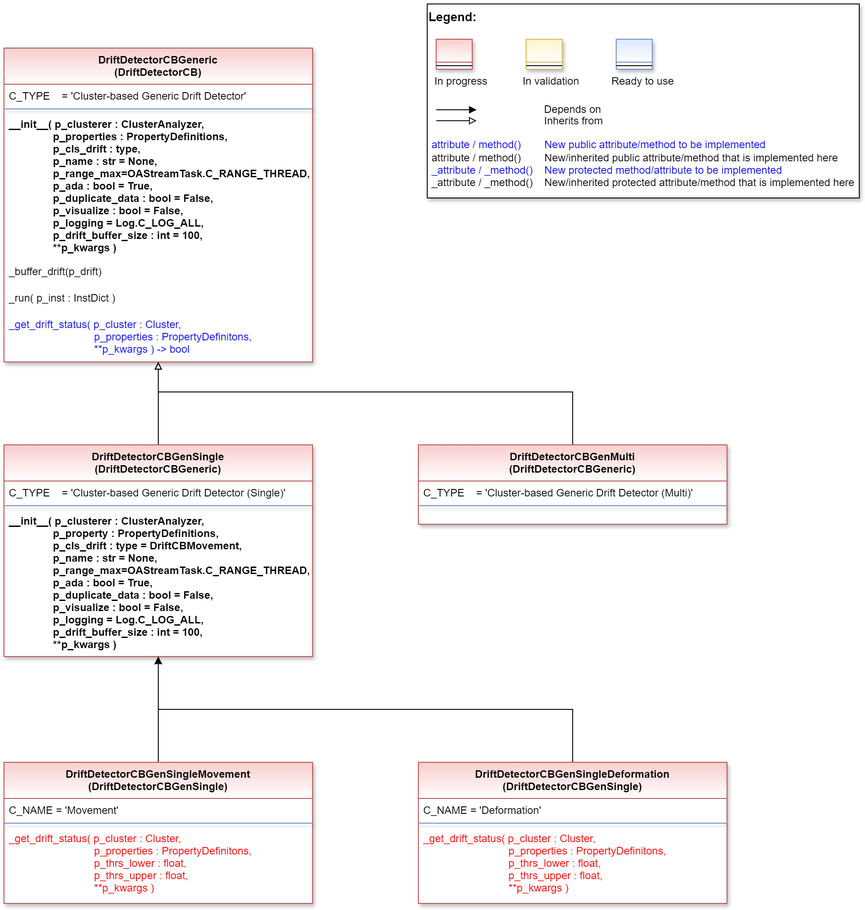
This is doc/rtd/content/99_appendices/appendix2/sub/mlpro_oa/streams/40_drift_detection/20_cluster_based/generic/images/MLPro-OA-CB-Gen-Drift-Detectors_class_diagram.drawio.png from fhswf/MLPro, a draw.io export, as it was before one commit. Source tidied: cells renumbered, new cells last; positions are measured from the earlier drawing's top-left corner, leaving out a move shared by most shapes.
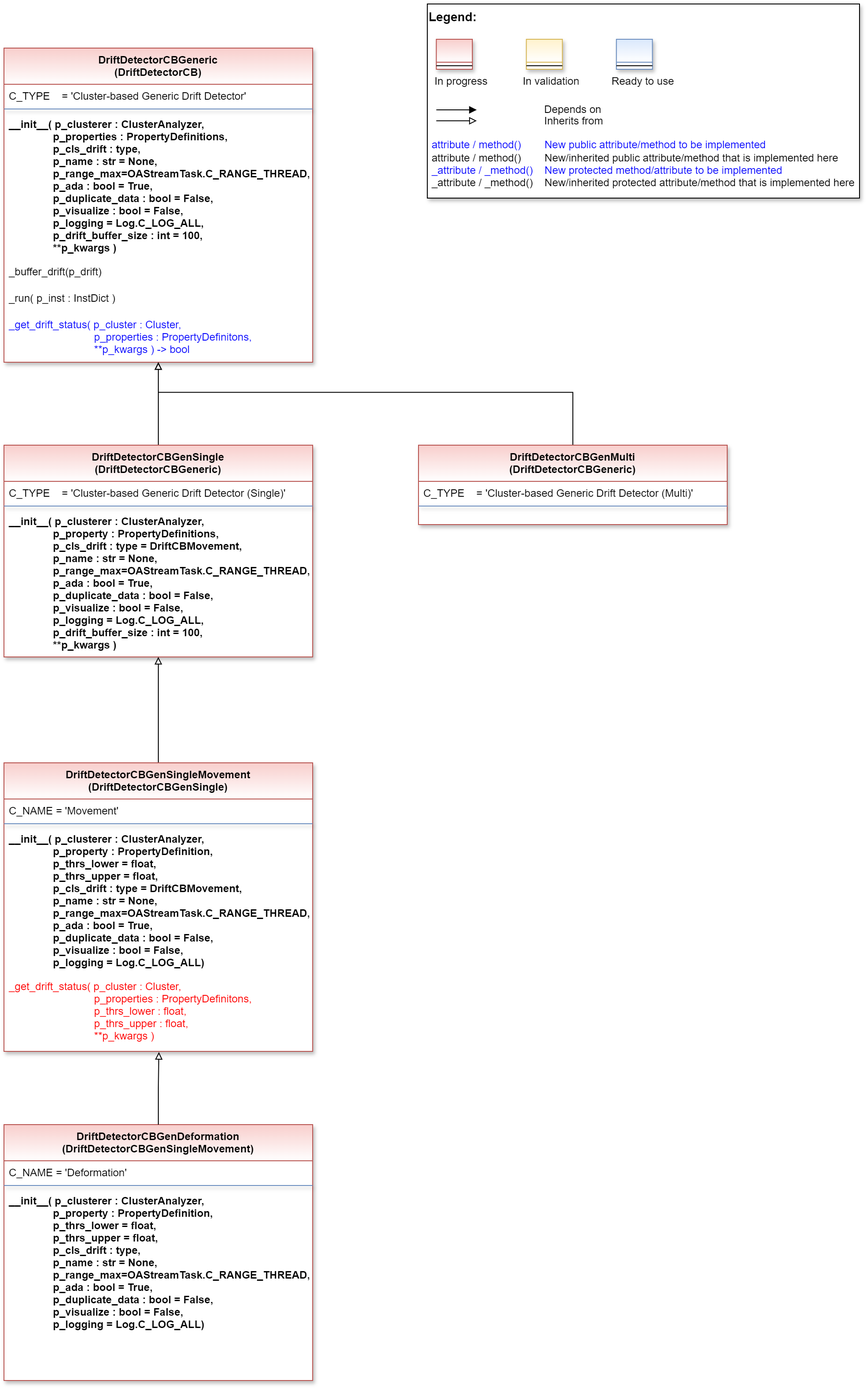
The same file after the commit.

Commit message:
OA: New cluster-based drift detector 'Deformation' #1162

Diff of the diagram source:
```diff
@@ -100,7 +100,7 @@
       <mxGeometry relative="1" as="geometry" />
     </mxCell>
     <mxCell id="29" value="DriftDetectorCBGenSingleMovement&#10;(DriftDetectorCBGenSingle)" style="swimlane;align=center;verticalAlign=top;horizontal=1;startSize=41;rounded=0;shadow=1;strokeWidth=1;fillColor=#f8cecc;strokeColor=#b85450;swimlaneFillColor=#ffffff;gradientColor=#FFFFFF;" parent="1" vertex="1">
-      <mxGeometry y="860" width="350" height="160" as="geometry" />
+      <mxGeometry y="860" width="350" height="327" as="geometry" />
     </mxCell>
     <mxCell id="30" value="C_NAME = 'Movement'" style="text;align=left;verticalAlign=top;spacingLeft=4;spacingRight=4;overflow=hidden;" parent="29" vertex="1">
       <mxGeometry y="41" width="350" height="24" as="geometry" />
@@ -108,19 +108,14 @@
     <mxCell id="31" style="line;html=1;strokeWidth=1;align=center;verticalAlign=top;spacingTop=-1;spacingLeft=3;spacingRight=3;labelPosition=right;rounded=0;shadow=1;strokeColor=#6c8ebf;swimlaneFillColor=#ffffff;fontFamily=Helvetica;fontSize=12;fontColor=default;fontStyle=3;fillColor=#dae8fc;gradientColor=#ffffff;" parent="29" vertex="1">
       <mxGeometry y="65" width="350" height="8" as="geometry" />
     </mxCell>
-    <mxCell id="32" value="_get_drift_status( p_cluster : Cluster,&#10;                             p_properties : PropertyDefinitons,&#10;                             p_thrs_lower : float,&#10;                             p_thrs_upper : float,&#10;                             **p_kwargs )" style="text;align=left;verticalAlign=top;spacingLeft=4;spacingRight=4;overflow=hidden;shadow=1;fontColor=#FF0000;" parent="29" vertex="1">
-      <mxGeometry y="73" width="350" height="87" as="geometry" />
+    <mxCell id="32" value="__init__( p_clusterer : ClusterAnalyzer,&#10;               p_property : PropertyDefinition,&#10;               p_thrs_lower = float,&#10;               p_thrs_upper = float,               &#10;               p_cls_drift : type = DriftCBMovement,&#10;               p_name : str = None,&#10;               p_range_max=OAStreamTask.C_RANGE_THREAD,&#10;               p_ada : bool = True,&#10;               p_duplicate_data : bool = False,&#10;               p_visualize : bool = False,&#10;               p_logging = Log.C_LOG_ALL)" style="text;align=left;verticalAlign=top;spacingLeft=4;spacingRight=4;overflow=hidden;fontStyle=1;" parent="29" vertex="1">
+      <mxGeometry y="73" width="350" height="167" as="geometry" />
     </mxCell>
-    <mxCell id="33" style="edgeStyle=orthogonalEdgeStyle;rounded=0;jettySize=auto;html=1;" parent="1" edge="1" source="34" target="20">
-      <mxGeometry relative="1" as="geometry">
-        <Array as="points">
-          <mxPoint x="645" y="800" />
-          <mxPoint x="175" y="800" />
-        </Array>
-      </mxGeometry>
+    <mxCell id="33" value="_get_drift_status( p_cluster : Cluster,&#10;                             p_properties : PropertyDefinitons,&#10;                             p_thrs_lower : float,&#10;                             p_thrs_upper : float,&#10;                             **p_kwargs )" style="text;align=left;verticalAlign=top;spacingLeft=4;spacingRight=4;overflow=hidden;points=[[0,0.5],[1,0.5]];portConstraint=eastwest;shadow=1;fontColor=#FF0000;" parent="29" vertex="1">
+      <mxGeometry y="240" width="350" height="87" as="geometry" />
     </mxCell>
-    <mxCell id="34" value="DriftDetectorCBGenSingleDeformation&#10;(DriftDetectorCBGenSingle)" style="swimlane;align=center;verticalAlign=top;horizontal=1;startSize=41;rounded=0;shadow=1;strokeWidth=1;fillColor=#f8cecc;strokeColor=#b85450;swimlaneFillColor=#ffffff;gradientColor=#FFFFFF;" parent="1" vertex="1">
-      <mxGeometry x="470" y="860" width="350" height="160" as="geometry" />
+    <mxCell id="34" value="DriftDetectorCBGenDeformation&#10;(DriftDetectorCBGenSingleMovement)" style="swimlane;align=center;verticalAlign=top;horizontal=1;startSize=41;rounded=0;shadow=1;strokeWidth=1;fillColor=#f8cecc;strokeColor=#b85450;swimlaneFillColor=#ffffff;gradientColor=#FFFFFF;" parent="1" vertex="1">
+      <mxGeometry y="1270" width="350" height="290" as="geometry" />
     </mxCell>
     <mxCell id="35" value="C_NAME = 'Deformation'" style="text;align=left;verticalAlign=top;spacingLeft=4;spacingRight=4;overflow=hidden;" parent="34" vertex="1">
       <mxGeometry y="41" width="350" height="24" as="geometry" />
@@ -128,8 +123,11 @@
     <mxCell id="36" style="line;html=1;strokeWidth=1;align=center;verticalAlign=top;spacingTop=-1;spacingLeft=3;spacingRight=3;labelPosition=right;rounded=0;shadow=1;strokeColor=#6c8ebf;swimlaneFillColor=#ffffff;fontFamily=Helvetica;fontSize=12;fontColor=default;fontStyle=3;fillColor=#dae8fc;gradientColor=#ffffff;" parent="34" vertex="1">
       <mxGeometry y="65" width="350" height="8" as="geometry" />
     </mxCell>
-    <mxCell id="37" value="_get_drift_status( p_cluster : Cluster,&#10;                             p_properties : PropertyDefinitons,&#10;                             p_thrs_lower : float,&#10;                             p_thrs_upper : float,&#10;                             **p_kwargs )" style="text;align=left;verticalAlign=top;spacingLeft=4;spacingRight=4;overflow=hidden;shadow=1;fontColor=#FF0000;" parent="34" vertex="1">
-      <mxGeometry y="73" width="350" height="87" as="geometry" />
+    <mxCell id="37" value="__init__( p_clusterer : ClusterAnalyzer,&#10;               p_property : PropertyDefinition,&#10;               p_thrs_lower = float,&#10;               p_thrs_upper = float,               &#10;               p_cls_drift : type,&#10;               p_name : str = None,&#10;               p_range_max=OAStreamTask.C_RANGE_THREAD,&#10;               p_ada : bool = True,&#10;               p_duplicate_data : bool = False,&#10;               p_visualize : bool = False,&#10;               p_logging = Log.C_LOG_ALL)" style="text;align=left;verticalAlign=top;spacingLeft=4;spacingRight=4;overflow=hidden;fontStyle=1;" parent="34" vertex="1">
+      <mxGeometry y="73" width="350" height="167" as="geometry" />
     </mxCell>
+    <mxCell id="38" style="edgeStyle=orthogonalEdgeStyle;rounded=0;jettySize=auto;html=1;entryX=0.502;entryY=1.009;entryDx=0;entryDy=0;entryPerimeter=0;endArrow=block;endFill=0;" parent="1" edge="1" source="34" target="33">
+      <mxGeometry relative="1" as="geometry" />
+    </mxCell>
   </root>
 </mxGraphModel>
```
